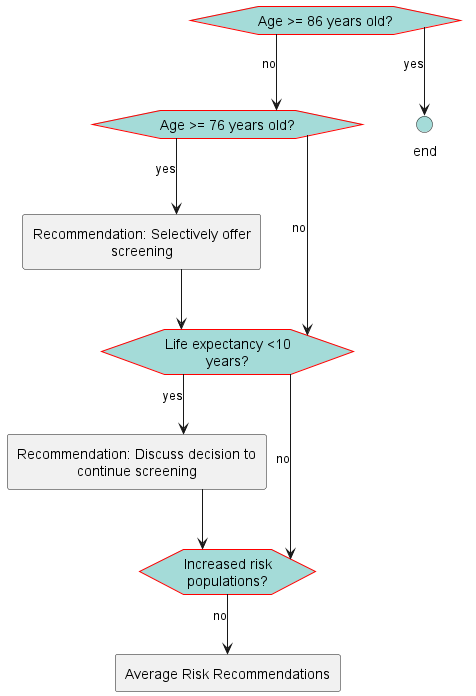
Above: images/flow-decisionToScreen.png in ccsm-cds-tools/CDC-Colorectal-Cancer-Screening-CDS-L2 (PlantUML), before the change. Its diagram source:
```plantuml
@startuml
hide stereotype
skinparam linetype ortho
<style>
hexagon {
    MaximumWidth: 150
    BackGroundColor: A4DBD8
    LineThickness: 1
    LineColor: red
    HorizontalAlignment: center
}
rectangle {
    MaximumWidth: 250
    HorizontalAlignment: center
}
.end {
    BackGroundColor: #A4DBD8
}
</style>
hexagon "Age >= 86 years old?" as eve_Age86AndOlder [[#eve-Age86AndOlder]]
hexagon "Age >= 76 years old?" as eve_AgeOver76 [[#eve-AgeOver76]]
rectangle "Recommendation: Selectively offer screening" as act_SelectivelyOfferScreening [[#act-SelectivelyOfferScreening]]
hexagon "Life expectancy <10 years?" as eve_LifeExp10 [[#eve-LifeExp10]]
rectangle "Recommendation: Discuss decision to continue screening" as act_sdmcontinuelifexp [[#act-sdmcontinuelifexp]]
hexagon "Increased risk populations?" as eve_riskCategorization [[#eve-riskCategorization]]
circle "end" as end_1 <<end>>
rectangle "Average Risk Recommendations" as act_AvgRiskScreeningEligible [[#act-AvgRiskScreeningEligible]]
eve_Age86AndOlder-->eve_AgeOver76: no
eve_Age86AndOlder-->end_1: yes
eve_AgeOver76-->eve_LifeExp10: no
eve_AgeOver76-->act_SelectivelyOfferScreening: yes
act_SelectivelyOfferScreening-->eve_LifeExp10
eve_LifeExp10-->act_sdmcontinuelifexp: yes
eve_LifeExp10-->eve_riskCategorization: no
act_sdmcontinuelifexp-->eve_riskCategorization
eve_riskCategorization-->act_AvgRiskScreeningEligible: no
@enduml
```
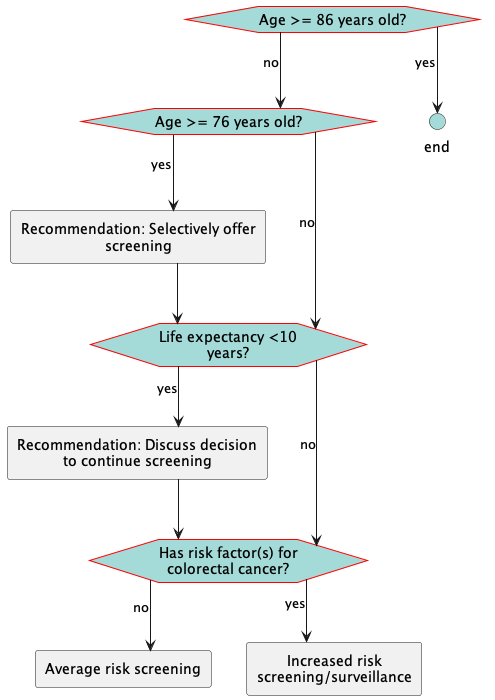
The same diagram one commit later.

The edit, as a diff of the source:
```diff
@@ -22,16 +22,18 @@
 rectangle "Recommendation: Selectively offer screening" as act_SelectivelyOfferScreening [[#act-SelectivelyOfferScreening]]
 hexagon "Life expectancy <10 years?" as eve_LifeExp10 [[#eve-LifeExp10]]
 rectangle "Recommendation: Discuss decision to continue screening" as act_sdmcontinuelifexp [[#act-sdmcontinuelifexp]]
-hexagon "Increased risk populations?" as eve_riskCategorization [[#eve-riskCategorization]]
+hexagon "Has risk factor(s) for colorectal cancer?" as eve_riskFactors [[#eve-riskFactors]]
 circle "end" as end_1 <<end>>
-rectangle "Average Risk Recommendations" as act_AvgRiskScreeningEligible [[#act-AvgRiskScreeningEligible]]
+rectangle "Average risk screening" as act_AvgRiskEligible [[#act-AvgRiskEligible]]
+rectangle "Increased risk screening/surveillance" as act_incRiskEligible [[#act-incRiskEligible]]
 eve_Age86AndOlder-->eve_AgeOver76: no
 eve_Age86AndOlder-->end_1: yes
 eve_AgeOver76-->eve_LifeExp10: no
 eve_AgeOver76-->act_SelectivelyOfferScreening: yes
 act_SelectivelyOfferScreening-->eve_LifeExp10
 eve_LifeExp10-->act_sdmcontinuelifexp: yes
-eve_LifeExp10-->eve_riskCategorization: no
-act_sdmcontinuelifexp-->eve_riskCategorization
-eve_riskCategorization-->act_AvgRiskScreeningEligible: no
+eve_LifeExp10-->eve_riskFactors: no
+act_sdmcontinuelifexp-->eve_riskFactors
+eve_riskFactors-->act_AvgRiskEligible: no
+eve_riskFactors-->act_incRiskEligible: yes
 @enduml
```
